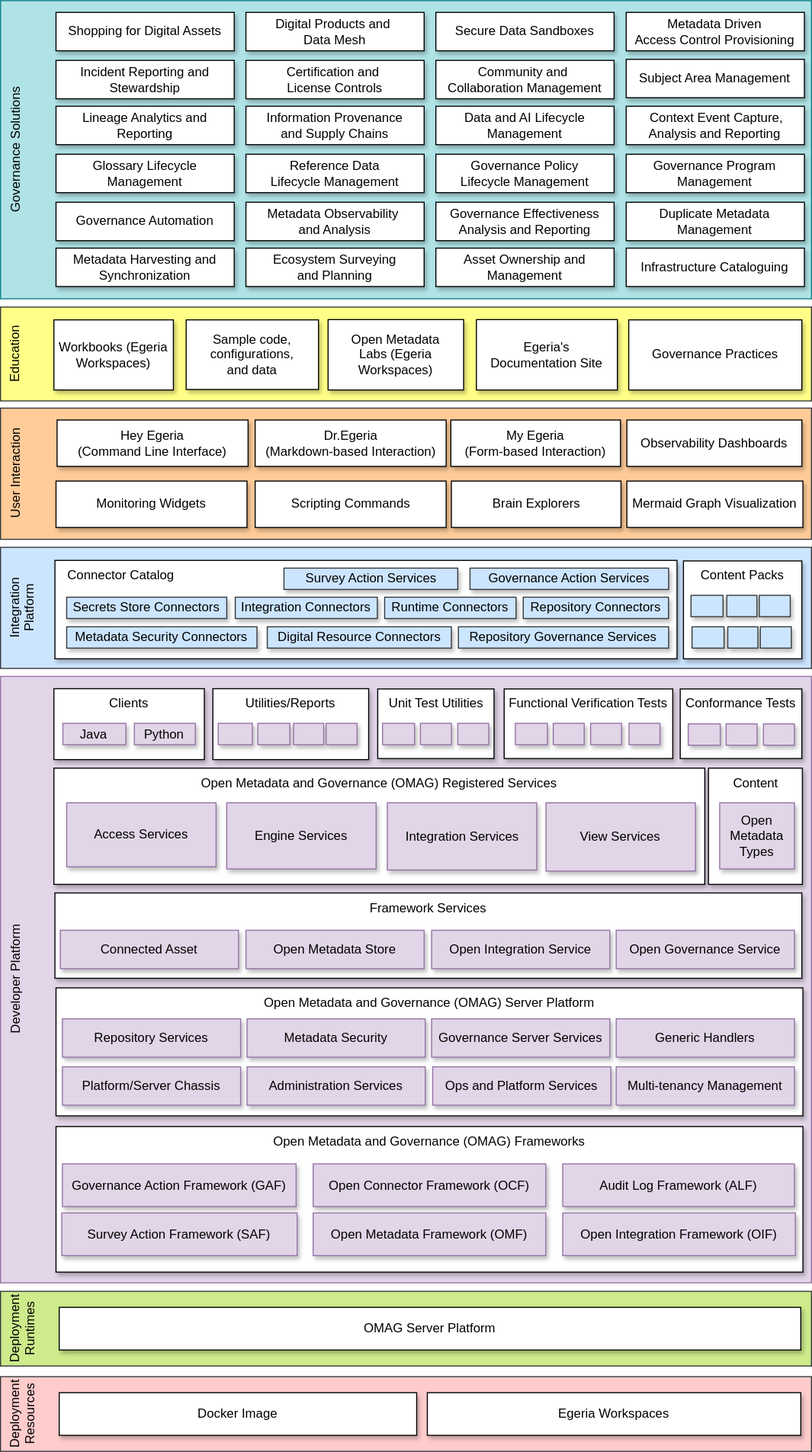
Above: site/docs/release-notes/egeria-status-overview.svg in odpi/egeria-docs (draw.io), before the change. Source tidied: cells renumbered, new cells last; positions are measured from the earlier drawing's top-left corner, leaving out a move shared by most shapes.
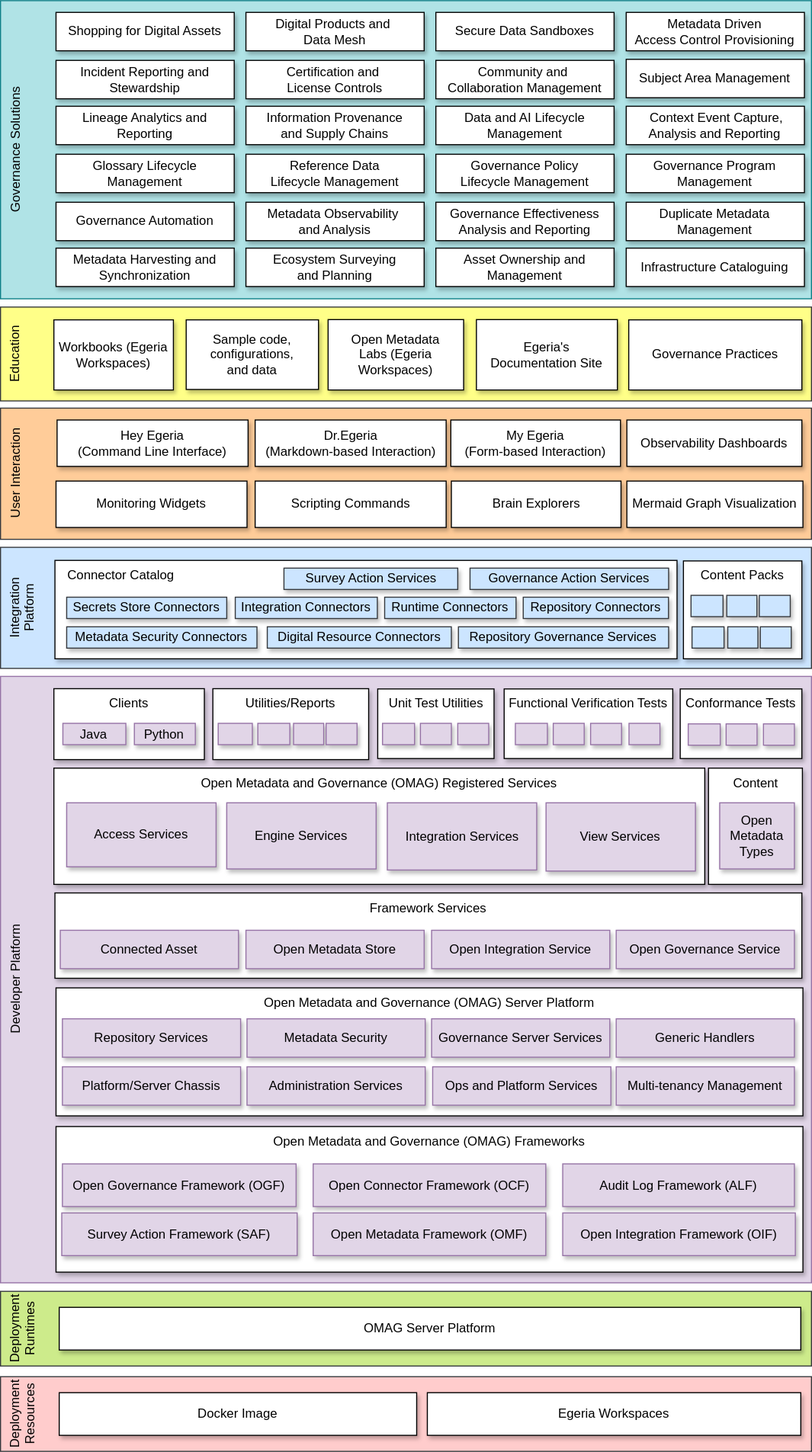
Above is the later version.

What changed in the source:
```diff
@@ -215,7 +215,7 @@
     <mxCell id="72" value="Survey Action Framework (SAF)" style="rounded=0;whiteSpace=wrap;html=1;align=center;shadow=1;fillColor=#e1d5e7;strokeColor=#9673a6;" parent="1" vertex="1">
       <mxGeometry x="57.4" y="1136.5" width="220.6" height="40" as="geometry" />
     </mxCell>
-    <mxCell id="73" value="Governance Action Framework (GAF)" style="rounded=0;whiteSpace=wrap;html=1;align=center;shadow=1;fillColor=#e1d5e7;strokeColor=#9673a6;" parent="1" vertex="1">
+    <mxCell id="73" value="Open Governance Framework (OGF)" style="rounded=0;whiteSpace=wrap;html=1;align=center;shadow=1;fillColor=#e1d5e7;strokeColor=#9673a6;" parent="1" vertex="1">
       <mxGeometry x="58" y="1090.5" width="219" height="40" as="geometry" />
     </mxCell>
     <mxCell id="74" value="Open Metadata Framework (OMF)" style="rounded=0;whiteSpace=wrap;html=1;align=center;shadow=1;fillColor=#e1d5e7;strokeColor=#9673a6;" parent="1" vertex="1">
```
